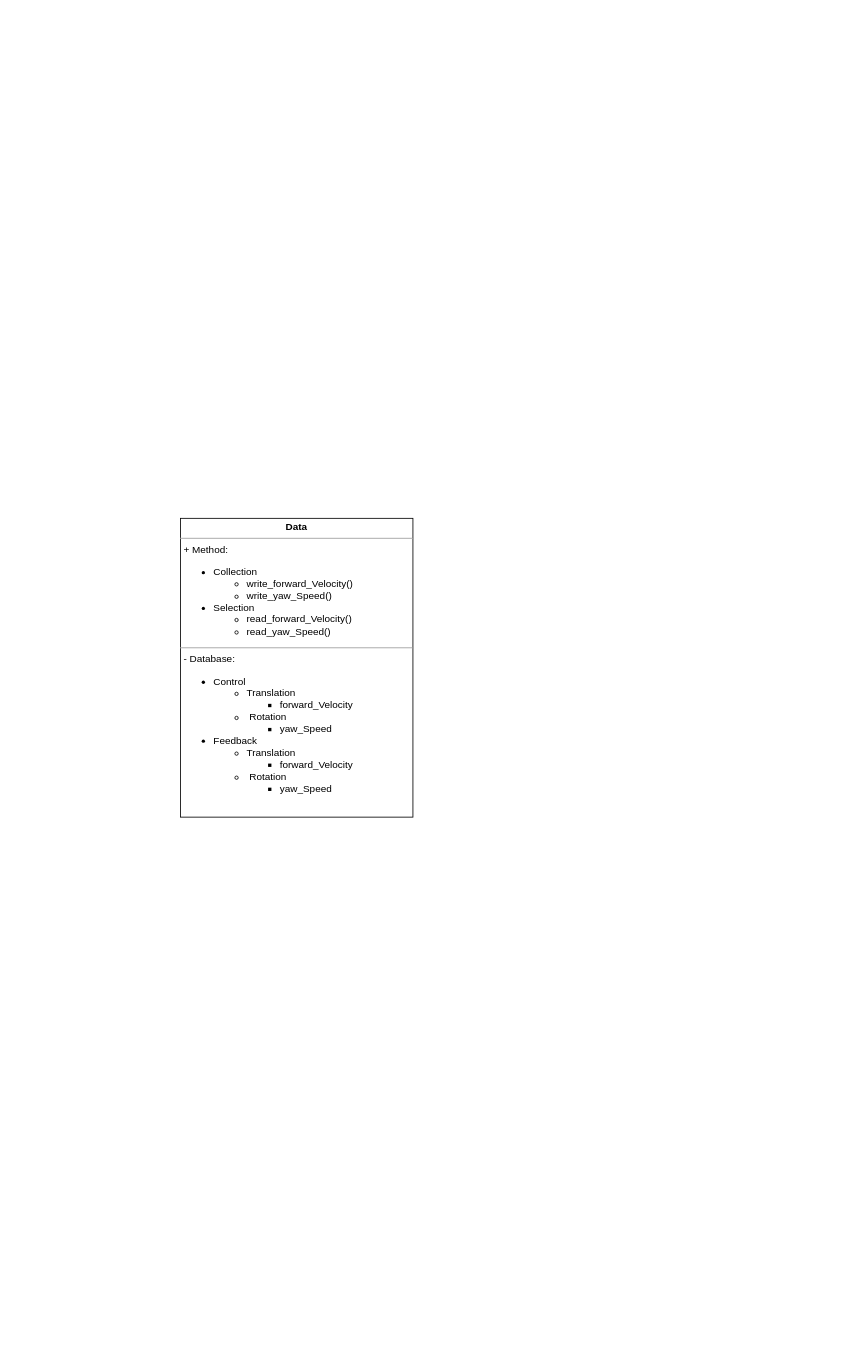
ICH-BIN-HXM/RobCar keeps this draw.io diagram as Documentation/Software_Architecture.drawio. Above is the earlier version. Source tidied: cells renumbered, new cells numbered last; positions are measured from the earlier drawing's top-left corner, leaving out a move shared by most shapes. Both pictures are drawn from the tidied source at 83%, with x=0, y=0 at pixel (180, 518).
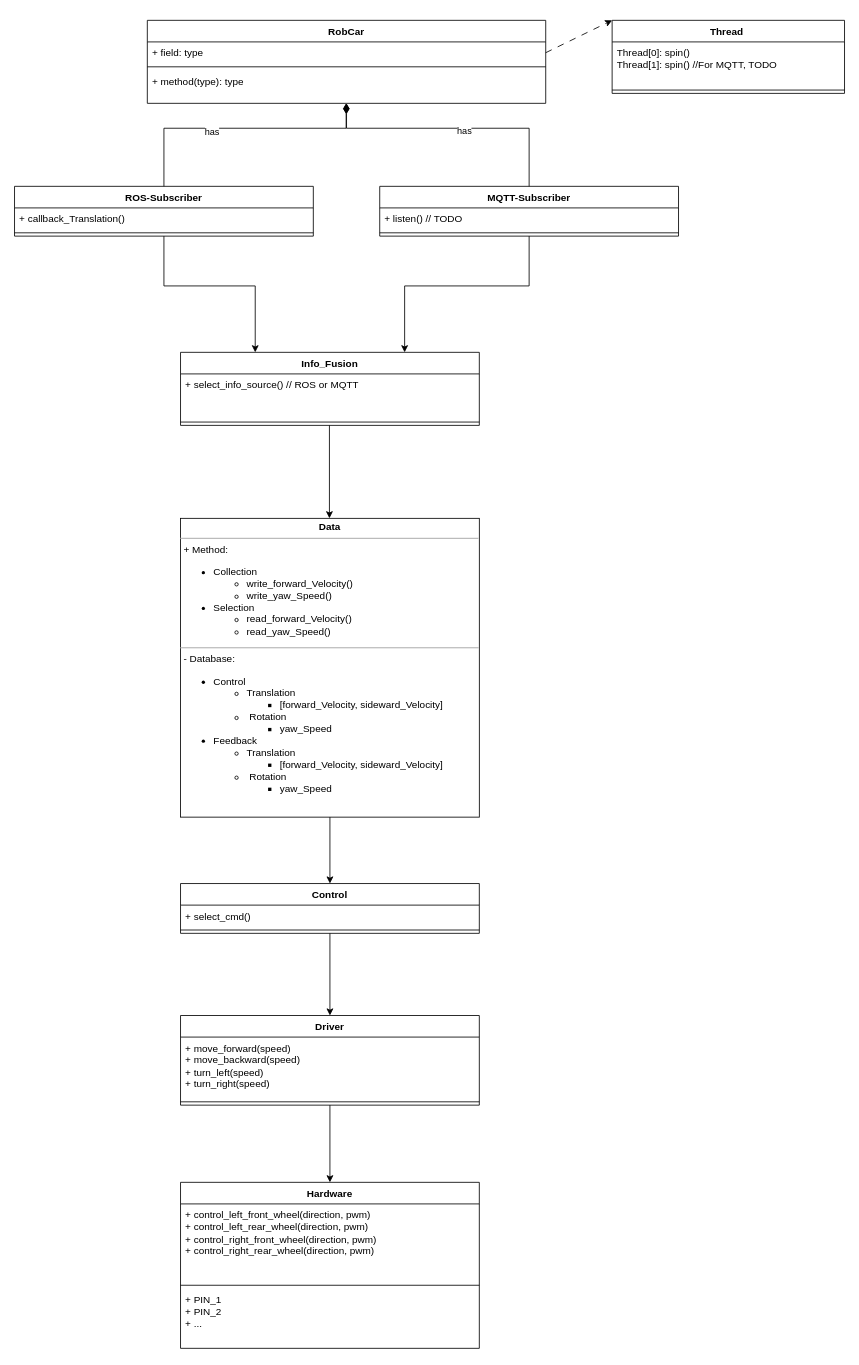
After the change.

Change to the diagram source:
```diff
@@
-    <mxCell id="2" value="&lt;p style=&quot;margin:0px;margin-top:4px;text-align:center;&quot;&gt;&lt;b&gt;Data&lt;/b&gt;&lt;/p&gt;&lt;hr size=&quot;1&quot;&gt;&lt;p style=&quot;margin:0px;margin-left:4px;&quot;&gt;+ Method:&amp;nbsp;&lt;/p&gt;&lt;p style=&quot;margin:0px;margin-left:4px;&quot;&gt;&lt;/p&gt;&lt;ul&gt;&lt;li&gt;Collection&amp;nbsp;&lt;/li&gt;&lt;ul&gt;&lt;li style=&quot;border-color: var(--border-color);&quot;&gt;write_forward_Velocity()&amp;nbsp;&lt;/li&gt;&lt;li style=&quot;border-color: var(--border-color);&quot;&gt;write_yaw_Speed()&amp;nbsp;&lt;/li&gt;&lt;/ul&gt;&lt;li&gt;Selection&amp;nbsp;&lt;/li&gt;&lt;ul&gt;&lt;li style=&quot;border-color: var(--border-color);&quot;&gt;read_forward_Velocity()&amp;nbsp;&lt;/li&gt;&lt;li style=&quot;border-color: var(--border-color);&quot;&gt;read_yaw_Speed()&amp;nbsp;&lt;/li&gt;&lt;/ul&gt;&lt;/ul&gt;&lt;p&gt;&lt;/p&gt;&lt;hr size=&quot;1&quot;&gt;&lt;p style=&quot;margin:0px;margin-left:4px;&quot;&gt;- Database:&amp;nbsp;&lt;/p&gt;&lt;ul style=&quot;border-color: var(--border-color);&quot;&gt;&lt;li style=&quot;border-color: var(--border-color);&quot;&gt;Control&amp;nbsp;&lt;/li&gt;&lt;ul style=&quot;border-color: var(--border-color);&quot;&gt;&lt;li style=&quot;border-color: var(--border-color);&quot;&gt;Translation&amp;nbsp;&lt;/li&gt;&lt;ul style=&quot;border-color: var(--border-color);&quot;&gt;&lt;li style=&quot;border-color: var(--border-color);&quot;&gt;forward_Velocity&amp;nbsp;&lt;/li&gt;&lt;/ul&gt;&lt;li style=&quot;border-color: var(--border-color);&quot;&gt;&amp;nbsp;Rotation&amp;nbsp;&lt;/li&gt;&lt;ul style=&quot;border-color: var(--border-color);&quot;&gt;&lt;li style=&quot;border-color: var(--border-color);&quot;&gt;yaw_Speed&amp;nbsp;&lt;/li&gt;&lt;/ul&gt;&lt;/ul&gt;&lt;li&gt;&lt;span style=&quot;background-color: initial;&quot;&gt;Feedback&amp;nbsp;&lt;/span&gt;&lt;br&gt;&lt;/li&gt;&lt;ul style=&quot;border-color: var(--border-color);&quot;&gt;&lt;li&gt;&lt;span style=&quot;background-color: initial;&quot;&gt;Translation&amp;nbsp;&lt;/span&gt;&lt;br&gt;&lt;/li&gt;&lt;ul style=&quot;border-color: var(--border-color);&quot;&gt;&lt;li&gt;&lt;span style=&quot;background-color: initial;&quot;&gt;forward_Velocity&amp;nbsp;&lt;/span&gt;&lt;br&gt;&lt;/li&gt;&lt;/ul&gt;&lt;li&gt;&lt;span style=&quot;background-color: initial;&quot;&gt;&amp;nbsp;Rotation&amp;nbsp;&lt;/span&gt;&lt;br&gt;&lt;/li&gt;&lt;ul style=&quot;border-color: var(--border-color);&quot;&gt;&lt;li&gt;&lt;span style=&quot;background-color: initial;&quot;&gt;yaw_Speed&amp;nbsp;&lt;/span&gt;&lt;br&gt;&lt;/li&gt;&lt;/ul&gt;&lt;/ul&gt;&lt;/ul&gt;" style="verticalAlign=top;align=left;overflow=fill;fontSize=12;fontFamily=Helvetica;html=1;whiteSpace=wrap;" parent="1" vertex="1">
-      <mxGeometry width="280" height="360" as="geometry" />
+    <mxCell id="2" value="&lt;p style=&quot;margin:0px;margin-top:4px;text-align:center;&quot;&gt;&lt;b&gt;Data&lt;/b&gt;&lt;/p&gt;&lt;hr size=&quot;1&quot;&gt;&lt;p style=&quot;margin:0px;margin-left:4px;&quot;&gt;+ Method:&amp;nbsp;&lt;/p&gt;&lt;p style=&quot;margin:0px;margin-left:4px;&quot;&gt;&lt;/p&gt;&lt;ul&gt;&lt;li&gt;Collection&amp;nbsp;&lt;/li&gt;&lt;ul&gt;&lt;li style=&quot;border-color: var(--border-color);&quot;&gt;write_forward_Velocity()&amp;nbsp;&lt;/li&gt;&lt;li style=&quot;border-color: var(--border-color);&quot;&gt;write_yaw_Speed()&amp;nbsp;&lt;/li&gt;&lt;/ul&gt;&lt;li&gt;Selection&amp;nbsp;&lt;/li&gt;&lt;ul&gt;&lt;li style=&quot;border-color: var(--border-color);&quot;&gt;read_forward_Velocity()&amp;nbsp;&lt;/li&gt;&lt;li style=&quot;border-color: var(--border-color);&quot;&gt;read_yaw_Speed()&amp;nbsp;&lt;/li&gt;&lt;/ul&gt;&lt;/ul&gt;&lt;p&gt;&lt;/p&gt;&lt;hr size=&quot;1&quot;&gt;&lt;p style=&quot;margin:0px;margin-left:4px;&quot;&gt;- Database:&amp;nbsp;&lt;/p&gt;&lt;ul style=&quot;border-color: var(--border-color);&quot;&gt;&lt;li style=&quot;border-color: var(--border-color);&quot;&gt;Control&amp;nbsp;&lt;/li&gt;&lt;ul style=&quot;border-color: var(--border-color);&quot;&gt;&lt;li style=&quot;border-color: var(--border-color);&quot;&gt;Translation&amp;nbsp;&lt;/li&gt;&lt;ul style=&quot;border-color: var(--border-color);&quot;&gt;&lt;li style=&quot;border-color: var(--border-color);&quot;&gt;[forward_Velocity, sideward_Velocity]&amp;nbsp;&lt;/li&gt;&lt;/ul&gt;&lt;li style=&quot;border-color: var(--border-color);&quot;&gt;&amp;nbsp;Rotation&amp;nbsp;&lt;/li&gt;&lt;ul style=&quot;border-color: var(--border-color);&quot;&gt;&lt;li style=&quot;border-color: var(--border-color);&quot;&gt;yaw_Speed&amp;nbsp;&lt;/li&gt;&lt;/ul&gt;&lt;/ul&gt;&lt;li&gt;&lt;span style=&quot;background-color: initial;&quot;&gt;Feedback&amp;nbsp;&lt;/span&gt;&lt;br&gt;&lt;/li&gt;&lt;ul style=&quot;border-color: var(--border-color);&quot;&gt;&lt;li&gt;&lt;span style=&quot;background-color: initial;&quot;&gt;Translation&amp;nbsp;&lt;/span&gt;&lt;br&gt;&lt;/li&gt;&lt;ul style=&quot;border-color: var(--border-color);&quot;&gt;&lt;li style=&quot;border-color: var(--border-color);&quot;&gt;[forward_Velocity, sideward_Velocity]&amp;nbsp;&lt;/li&gt;&lt;/ul&gt;&lt;li&gt;&lt;span style=&quot;background-color: initial;&quot;&gt;&amp;nbsp;Rotation&amp;nbsp;&lt;/span&gt;&lt;br&gt;&lt;/li&gt;&lt;ul style=&quot;border-color: var(--border-color);&quot;&gt;&lt;li&gt;&lt;span style=&quot;background-color: initial;&quot;&gt;yaw_Speed&amp;nbsp;&lt;/span&gt;&lt;br&gt;&lt;/li&gt;&lt;/ul&gt;&lt;/ul&gt;&lt;/ul&gt;" style="verticalAlign=top;align=left;overflow=fill;fontSize=12;fontFamily=Helvetica;html=1;whiteSpace=wrap;" parent="1" vertex="1">
+      <mxGeometry width="360" height="360" as="geometry" />
     </mxCell>
+    <mxCell id="3" value="RobCar" style="swimlane;fontStyle=1;align=center;verticalAlign=top;horizontal=1;startSize=26;whiteSpace=wrap;html=1;" parent="1" vertex="1">
+      <mxGeometry x="-40" y="-600" width="480" height="100" as="geometry" />
+    </mxCell>
+    <mxCell id="4" value="+ field: type" style="text;strokeColor=none;fillColor=none;align=left;verticalAlign=top;spacingLeft=4;spacingRight=4;overflow=hidden;points=[[0,0.5],[1,0.5]];portConstraint=eastwest;whiteSpace=wrap;html=1;" parent="3" vertex="1">
+      <mxGeometry y="26" width="480" height="26" as="geometry" />
+    </mxCell>
+    <mxCell id="5" style="line;strokeWidth=1;fillColor=none;align=left;verticalAlign=middle;spacingTop=-1;spacingLeft=3;spacingRight=3;labelPosition=right;strokeColor=inherit;" parent="3" vertex="1">
+      <mxGeometry y="52" width="480" height="8" as="geometry" />
+    </mxCell>
+    <mxCell id="6" value="+ method(type): type" style="text;strokeColor=none;fillColor=none;align=left;verticalAlign=top;spacingLeft=4;spacingRight=4;overflow=hidden;points=[[0,0.5],[1,0.5]];portConstraint=eastwest;whiteSpace=wrap;html=1;" parent="3" vertex="1">
+      <mxGeometry y="60" width="480" height="40" as="geometry" />
+    </mxCell>
+    <mxCell id="7" value="ROS-Subscriber" style="swimlane;fontStyle=1;align=center;verticalAlign=top;horizontal=1;startSize=26;whiteSpace=wrap;html=1;" parent="1" vertex="1">
+      <mxGeometry x="-200" y="-400" width="360" height="60" as="geometry" />
+    </mxCell>
+    <mxCell id="8" value="+ callback_Translation()&amp;nbsp;&lt;br&gt;" style="text;strokeColor=none;fillColor=none;align=left;verticalAlign=top;spacingLeft=4;spacingRight=4;overflow=hidden;whiteSpace=wrap;html=1;" parent="7" vertex="1">
+      <mxGeometry y="26" width="360" height="26" as="geometry" />
+    </mxCell>
+    <mxCell id="9" style="line;strokeWidth=1;fillColor=none;align=left;verticalAlign=middle;spacingTop=-1;spacingLeft=3;spacingRight=3;labelPosition=right;points=[];portConstraint=eastwest;strokeColor=inherit;" parent="7" vertex="1">
+      <mxGeometry y="52" width="360" height="8" as="geometry" />
+    </mxCell>
+    <mxCell id="10" style="endArrow=classic;html=1;rounded=0;exitX=0.5;exitY=1;exitDx=0;exitDy=0;exitPerimeter=0;entryX=0.25;entryY=0;entryDx=0;entryDy=0;" parent="1" edge="1" source="9" target="30">
+      <mxGeometry relative="1" as="geometry">
+        <Array as="points">
+          <mxPoint x="-20" y="-280" />
+          <mxPoint x="90" y="-280" />
+        </Array>
+      </mxGeometry>
+    </mxCell>
+    <mxCell id="11" value="MQTT-Subscriber" style="swimlane;fontStyle=1;align=center;verticalAlign=top;horizontal=1;startSize=26;whiteSpace=wrap;html=1;" parent="1" vertex="1">
+      <mxGeometry x="240" y="-400" width="360" height="60" as="geometry" />
+    </mxCell>
+    <mxCell id="12" value="+ listen() // TODO" style="text;strokeColor=none;fillColor=none;align=left;verticalAlign=top;spacingLeft=4;spacingRight=4;overflow=hidden;whiteSpace=wrap;html=1;" parent="11" vertex="1">
+      <mxGeometry y="26" width="360" height="26" as="geometry" />
+    </mxCell>
+    <mxCell id="13" style="line;strokeWidth=1;fillColor=none;align=left;verticalAlign=middle;spacingTop=-1;spacingLeft=3;spacingRight=3;labelPosition=right;strokeColor=inherit;" parent="11" vertex="1">
+      <mxGeometry y="52" width="360" height="8" as="geometry" />
+    </mxCell>
+    <mxCell id="14" style="endArrow=classic;html=1;rounded=0;entryX=0.75;entryY=0;entryDx=0;entryDy=0;exitX=0.5;exitY=1;exitDx=0;exitDy=0;" parent="1" edge="1" source="11" target="30">
+      <mxGeometry relative="1" as="geometry">
+        <Array as="points">
+          <mxPoint x="420" y="-280" />
+          <mxPoint x="270" y="-280" />
+        </Array>
+      </mxGeometry>
+    </mxCell>
+    <mxCell id="15" style="html=1;startArrow=diamondThin;startFill=1;edgeStyle=elbowEdgeStyle;elbow=vertical;startSize=10;endArrow=none;endFill=0;rounded=0;entryX=0.5;entryY=0;entryDx=0;entryDy=0;exitX=0.499;exitY=0.999;exitDx=0;exitDy=0;exitPerimeter=0;" parent="1" edge="1" source="6" target="7">
+      <mxGeometry relative="1" as="geometry">
+        <Array as="points">
+          <mxPoint x="80" y="-470" />
+        </Array>
+      </mxGeometry>
+    </mxCell>
+    <mxCell id="16" value="has" style="edgeLabel;html=1;align=center;verticalAlign=middle;" parent="15" vertex="1">
+      <mxGeometry x="0.2" y="4" relative="1" as="geometry" />
+    </mxCell>
+    <mxCell id="17" style="html=1;startArrow=diamondThin;startFill=1;edgeStyle=elbowEdgeStyle;elbow=vertical;startSize=10;endArrow=none;endFill=0;rounded=0;" parent="1" edge="1">
+      <mxGeometry relative="1" as="geometry">
+        <mxPoint x="200" y="-500" as="sourcePoint" />
+        <mxPoint x="420" y="-400" as="targetPoint" />
+        <Array as="points">
+          <mxPoint x="300" y="-470" />
+        </Array>
+      </mxGeometry>
+    </mxCell>
+    <mxCell id="18" value="has" style="edgeLabel;html=1;align=center;verticalAlign=middle;" parent="17" vertex="1">
+      <mxGeometry x="0.07" y="-2" relative="1" as="geometry" />
+    </mxCell>
+    <mxCell id="19" value="Thread&amp;nbsp;" style="swimlane;fontStyle=1;align=center;verticalAlign=top;horizontal=1;startSize=26;whiteSpace=wrap;html=1;" parent="1" vertex="1">
+      <mxGeometry x="520" y="-600" width="280" height="88" as="geometry" />
+    </mxCell>
+    <mxCell id="20" value="Thread[0]: spin()&amp;nbsp;&lt;br&gt;Thread[1]: spin() //For MQTT, TODO&amp;nbsp;" style="text;strokeColor=none;fillColor=none;align=left;verticalAlign=top;spacingLeft=4;spacingRight=4;overflow=hidden;whiteSpace=wrap;html=1;" parent="19" vertex="1">
+      <mxGeometry y="26" width="280" height="54" as="geometry" />
+    </mxCell>
+    <mxCell id="21" style="line;strokeWidth=1;fillColor=none;align=left;verticalAlign=middle;spacingTop=-1;spacingLeft=3;spacingRight=3;labelPosition=right;strokeColor=inherit;" parent="19" vertex="1">
+      <mxGeometry y="80" width="280" height="8" as="geometry" />
+    </mxCell>
+    <mxCell id="22" style="endArrow=classic;html=1;rounded=0;exitX=1;exitY=0.5;exitDx=0;exitDy=0;entryX=0;entryY=0;entryDx=0;entryDy=0;dashed=1;dashPattern=8 8;" parent="1" edge="1" source="4" target="19">
+      <mxGeometry relative="1" as="geometry" />
+    </mxCell>
+    <mxCell id="23" value="Driver" style="swimlane;fontStyle=1;align=center;verticalAlign=top;horizontal=1;startSize=26;whiteSpace=wrap;html=1;" parent="1" vertex="1">
+      <mxGeometry y="599" width="360" height="108" as="geometry" />
+    </mxCell>
+    <mxCell id="24" value="+ move_forward(speed)&amp;nbsp;&lt;br&gt;+ move_backward(speed)&amp;nbsp;&lt;br&gt;+ turn_left(speed)&amp;nbsp;&lt;br&gt;+ turn_right(speed)&amp;nbsp;" style="text;strokeColor=none;fillColor=none;align=left;verticalAlign=top;spacingLeft=4;spacingRight=4;overflow=hidden;whiteSpace=wrap;html=1;" parent="23" vertex="1">
+      <mxGeometry y="26" width="360" height="74" as="geometry" />
+    </mxCell>
+    <mxCell id="25" style="line;strokeWidth=1;fillColor=none;align=left;verticalAlign=middle;spacingTop=-1;spacingLeft=3;spacingRight=3;labelPosition=right;strokeColor=inherit;" parent="23" vertex="1">
+      <mxGeometry y="100" width="360" height="8" as="geometry" />
+    </mxCell>
+    <mxCell id="26" value="Hardware" style="swimlane;fontStyle=1;align=center;verticalAlign=top;horizontal=1;startSize=26;whiteSpace=wrap;html=1;" parent="1" vertex="1">
+      <mxGeometry y="800" width="360" height="200" as="geometry" />
+    </mxCell>
+    <mxCell id="27" value="+ control_left_front_wheel(direction, pwm)&amp;nbsp;&lt;br&gt;+ control_left_rear_wheel(direction, pwm)&amp;nbsp;&lt;br&gt;+ control_right_front_wheel(direction, pwm)&amp;nbsp;&lt;br&gt;+ control_right_rear_wheel(direction, pwm)&amp;nbsp;" style="text;strokeColor=none;fillColor=none;align=left;verticalAlign=top;spacingLeft=4;spacingRight=4;overflow=hidden;whiteSpace=wrap;html=1;" parent="26" vertex="1">
+      <mxGeometry y="26" width="360" height="94" as="geometry" />
+    </mxCell>
+    <mxCell id="28" style="line;strokeWidth=1;fillColor=none;align=left;verticalAlign=middle;spacingTop=-1;spacingLeft=3;spacingRight=3;labelPosition=right;strokeColor=inherit;" parent="26" vertex="1">
+      <mxGeometry y="120" width="360" height="8" as="geometry" />
+    </mxCell>
+    <mxCell id="29" value="+ PIN_1&amp;nbsp;&lt;br&gt;+ PIN_2&amp;nbsp;&lt;br&gt;+ ..." style="text;strokeColor=none;fillColor=none;align=left;verticalAlign=top;spacingLeft=4;spacingRight=4;overflow=hidden;whiteSpace=wrap;html=1;" parent="26" vertex="1">
+      <mxGeometry y="128" width="360" height="72" as="geometry" />
+    </mxCell>
+    <mxCell id="30" value="Info_Fusion" style="swimlane;fontStyle=1;align=center;verticalAlign=top;horizontal=1;startSize=26;whiteSpace=wrap;html=1;" parent="1" vertex="1">
+      <mxGeometry y="-200" width="360" height="88" as="geometry" />
+    </mxCell>
+    <mxCell id="31" value="+ select_info_source() // ROS or MQTT" style="text;strokeColor=none;fillColor=none;align=left;verticalAlign=top;spacingLeft=4;spacingRight=4;overflow=hidden;whiteSpace=wrap;html=1;" parent="30" vertex="1">
+      <mxGeometry y="26" width="360" height="54" as="geometry" />
+    </mxCell>
+    <mxCell id="32" style="line;strokeWidth=1;fillColor=none;align=left;verticalAlign=middle;spacingTop=-1;spacingLeft=3;spacingRight=3;labelPosition=right;strokeColor=inherit;" parent="30" vertex="1">
+      <mxGeometry y="80" width="360" height="8" as="geometry" />
+    </mxCell>
+    <mxCell id="33" style="endArrow=classic;html=1;rounded=0;exitX=0.25;exitY=1;exitDx=0;exitDy=0;entryX=0.25;entryY=0;entryDx=0;entryDy=0;" parent="1" edge="1">
+      <mxGeometry relative="1" as="geometry">
+        <mxPoint x="179.4" y="-112" as="sourcePoint" />
+        <mxPoint x="179.4" as="targetPoint" />
+      </mxGeometry>
+    </mxCell>
+    <mxCell id="34" value="Control" style="swimlane;fontStyle=1;align=center;verticalAlign=top;horizontal=1;startSize=26;whiteSpace=wrap;html=1;" parent="1" vertex="1">
+      <mxGeometry y="440" width="360" height="60" as="geometry" />
+    </mxCell>
+    <mxCell id="35" value="+ select_cmd()&amp;nbsp;" style="text;strokeColor=none;fillColor=none;align=left;verticalAlign=top;spacingLeft=4;spacingRight=4;overflow=hidden;whiteSpace=wrap;html=1;" parent="34" vertex="1">
+      <mxGeometry y="26" width="360" height="26" as="geometry" />
+    </mxCell>
+    <mxCell id="36" style="line;strokeWidth=1;fillColor=none;align=left;verticalAlign=middle;spacingTop=-1;spacingLeft=3;spacingRight=3;labelPosition=right;strokeColor=inherit;" parent="34" vertex="1">
+      <mxGeometry y="52" width="360" height="8" as="geometry" />
+    </mxCell>
+    <mxCell id="37" style="endArrow=classic;html=1;rounded=0;exitX=0.5;exitY=1;exitDx=0;exitDy=0;entryX=0.5;entryY=0;entryDx=0;entryDy=0;" parent="1" edge="1" source="2" target="34">
+      <mxGeometry relative="1" as="geometry" />
+    </mxCell>
+    <mxCell id="38" style="endArrow=classic;html=1;rounded=0;exitX=0.5;exitY=1;exitDx=0;exitDy=0;entryX=0.5;entryY=0;entryDx=0;entryDy=0;" parent="1" edge="1" source="34" target="23">
+      <mxGeometry relative="1" as="geometry" />
+    </mxCell>
+    <mxCell id="39" style="endArrow=classic;html=1;rounded=0;exitX=0.5;exitY=1;exitDx=0;exitDy=0;" parent="1" edge="1" source="23" target="26">
+      <mxGeometry relative="1" as="geometry" />
+    </mxCell>
```
